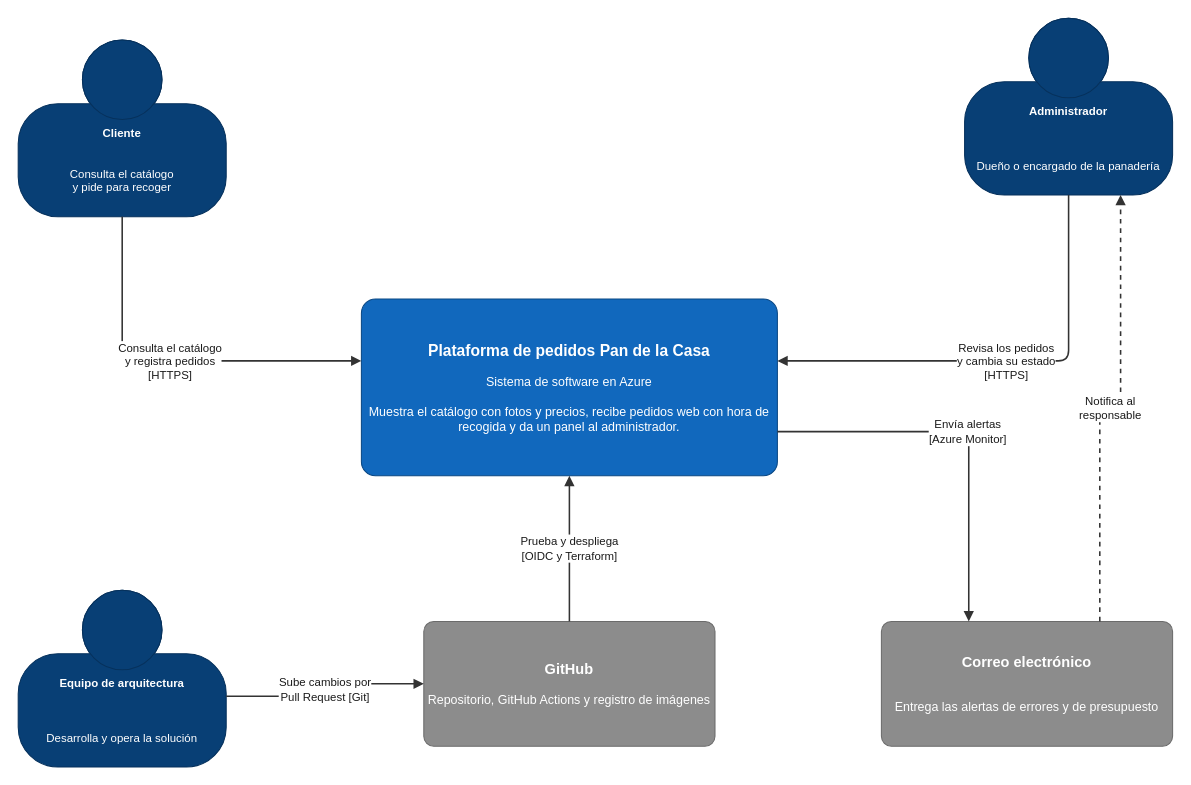
Above: docs/diagramas/contexto.drawio in camilo-axm/pan-de-la-casa-cloud (draw.io), before the change. Source tidied: cells renumbered, new cells numbered last; positions are measured from the earlier drawing's top-left corner, leaving out a move shared by most shapes. Both pictures are drawn from the tidied source at 104%, with x=0, y=0 at pixel (18, 18).
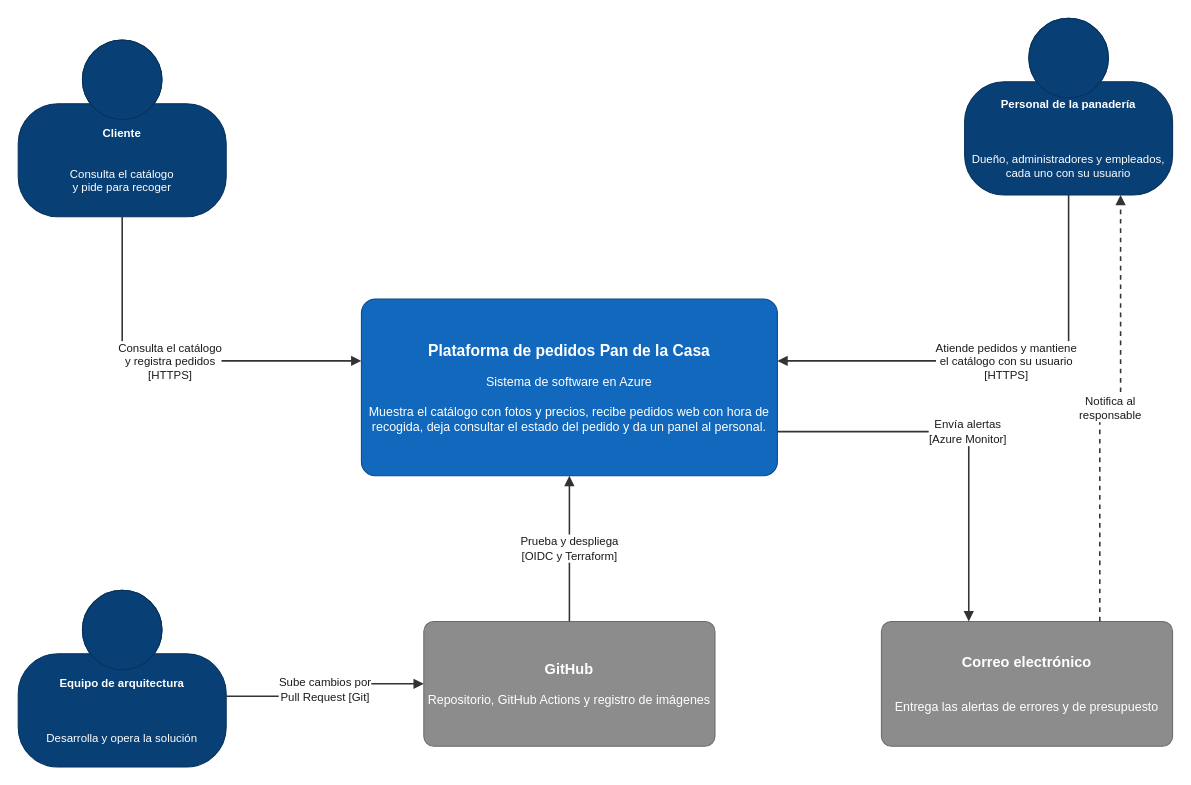
The same page after the edit.

What changed in the source:
```diff
@@
 <mxGraphModel background="#ffffff">
   <root>
     <mxCell id="0" />
     <mxCell id="1" parent="0" />
     <mxCell id="2" value="&lt;b&gt;Cliente&lt;/b&gt;&lt;br&gt;&lt;br&gt;&lt;br&gt;Consulta el catálogo&lt;br&gt;y pide para recoger" style="html=1;fontSize=11;dashed=0;whiteSpace=wrap;fillColor=#083F75;strokeColor=#06315C;fontColor=#ffffff;shape=mxgraph.c4.person2;align=center;fontFamily=Arial;" parent="1" vertex="1">
       <mxGeometry y="21" width="200" height="170" as="geometry" />
     </mxCell>
-    <mxCell id="3" value="&lt;b&gt;Administrador&lt;/b&gt;&lt;br&gt;&#10;&lt;br&gt;&lt;br&gt;Dueño o encargado de la panadería" style="html=1;fontSize=11;dashed=0;whiteSpace=wrap;fillColor=#083F75;strokeColor=#06315C;fontColor=#ffffff;shape=mxgraph.c4.person2;align=center;fontFamily=Arial;" parent="1" vertex="1">
+    <mxCell id="3" value="&lt;b&gt;Personal de la panadería&lt;/b&gt;&lt;br&gt;&#10;&lt;br&gt;&lt;br&gt;Dueño, administradores y empleados, cada uno con su usuario" style="html=1;fontSize=11;dashed=0;whiteSpace=wrap;fillColor=#083F75;strokeColor=#06315C;fontColor=#ffffff;shape=mxgraph.c4.person2;align=center;fontFamily=Arial;" parent="1" vertex="1">
       <mxGeometry x="910" width="200" height="170" as="geometry" />
     </mxCell>
     <mxCell id="4" value="&lt;b&gt;Equipo de arquitectura&lt;/b&gt;&lt;br&gt;&#10;&lt;br&gt;&lt;br&gt;Desarrolla y opera la solución" style="html=1;fontSize=11;dashed=0;whiteSpace=wrap;fillColor=#083F75;strokeColor=#06315C;fontColor=#ffffff;shape=mxgraph.c4.person2;align=center;fontFamily=Arial;" parent="1" vertex="1">
       <mxGeometry y="550" width="200" height="170" as="geometry" />
     </mxCell>
-    <mxCell id="5" value="&lt;b style=&quot;font-size:15px&quot;&gt;Plataforma de pedidos Pan de la Casa&lt;/b&gt;&lt;br&gt;&lt;br&gt;&lt;div&gt;Sistema de software en Azure&lt;br&gt;&lt;br&gt;Muestra el catálogo con fotos y precios, recibe pedidos web con hora de recogida y da un panel al administrador.&lt;/div&gt;" style="rounded=1;arcSize=8;whiteSpace=wrap;html=1;fillColor=#1168BD;strokeColor=#0B4884;fontColor=#ffffff;fontSize=12;fontFamily=Arial;" parent="1" vertex="1">
+    <mxCell id="5" value="&lt;b style=&quot;font-size:15px&quot;&gt;Plataforma de pedidos Pan de la Casa&lt;/b&gt;&lt;br&gt;&lt;br&gt;&lt;div&gt;Sistema de software en Azure&lt;br&gt;&lt;br&gt;Muestra el catálogo con fotos y precios, recibe pedidos web con hora de recogida, deja consultar el estado del pedido y da un panel al personal.&lt;/div&gt;" style="rounded=1;arcSize=8;whiteSpace=wrap;html=1;fillColor=#1168BD;strokeColor=#0B4884;fontColor=#ffffff;fontSize=12;fontFamily=Arial;" parent="1" vertex="1">
       <mxGeometry x="330" y="270" width="400" height="170" as="geometry" />
     </mxCell>
     <mxCell id="6" value="&lt;b style=&quot;font-size:14px&quot;&gt;GitHub&lt;/b&gt;&lt;br&gt;&lt;br&gt;Repositorio, GitHub Actions y registro de imágenes" style="rounded=1;arcSize=8;whiteSpace=wrap;html=1;fillColor=#8C8C8C;strokeColor=#6B6B6B;fontColor=#ffffff;fontSize=12;fontFamily=Arial;" parent="1" vertex="1">
       <mxGeometry x="390" y="580" width="280" height="120" as="geometry" />
     </mxCell>
     <mxCell id="7" value="&lt;b style=&quot;font-size:14px&quot;&gt;Correo electrónico&lt;/b&gt;&lt;br&gt;&lt;br&gt;&lt;br&gt;Entrega las alertas de errores y de presupuesto" style="rounded=1;arcSize=8;whiteSpace=wrap;html=1;fillColor=#8C8C8C;strokeColor=#6B6B6B;fontColor=#ffffff;fontSize=12;fontFamily=Arial;" parent="1" vertex="1">
       <mxGeometry x="830" y="580" width="280" height="120" as="geometry" />
     </mxCell>
     <mxCell id="8" value="Consulta el catálogo&lt;br&gt;y registra pedidos&lt;br&gt;[HTTPS]" style="edgeStyle=orthogonalEdgeStyle;rounded=1;html=1;strokeColor=#333333;strokeWidth=1.5;fontSize=11;fontColor=#1a1a1a;labelBackgroundColor=#ffffff;endArrow=block;endFill=1;fontFamily=Arial;exitX=0.5;exitY=1;exitDx=0;exitDy=0;entryX=0;entryY=0.35;entryDx=0;entryDy=0;" parent="1" edge="1" source="2" target="5">
       <mxGeometry relative="1" as="geometry" />
     </mxCell>
-    <mxCell id="9" value="Revisa los pedidos&lt;br&gt;y cambia su estado&lt;br&gt;[HTTPS]" style="edgeStyle=orthogonalEdgeStyle;rounded=1;html=1;strokeColor=#333333;strokeWidth=1.5;fontSize=11;fontColor=#1a1a1a;labelBackgroundColor=#ffffff;endArrow=block;endFill=1;fontFamily=Arial;exitX=0.5;exitY=1;exitDx=0;exitDy=0;entryX=1;entryY=0.35;entryDx=0;entryDy=0;" parent="1" edge="1" source="3" target="5">
+    <mxCell id="9" value="Atiende pedidos y mantiene&lt;br&gt;el catálogo con su usuario&lt;br&gt;[HTTPS]" style="edgeStyle=orthogonalEdgeStyle;rounded=1;html=1;strokeColor=#333333;strokeWidth=1.5;fontSize=11;fontColor=#1a1a1a;labelBackgroundColor=#ffffff;endArrow=block;endFill=1;fontFamily=Arial;exitX=0.5;exitY=1;exitDx=0;exitDy=0;entryX=1;entryY=0.35;entryDx=0;entryDy=0;" parent="1" edge="1" source="3" target="5">
       <mxGeometry relative="1" as="geometry" />
     </mxCell>
     <mxCell id="10" value="Sube cambios por&lt;br&gt;Pull Request [Git]" style="edgeStyle=orthogonalEdgeStyle;rounded=1;html=1;strokeColor=#333333;strokeWidth=1.5;fontSize=11;fontColor=#1a1a1a;labelBackgroundColor=#ffffff;endArrow=block;endFill=1;fontFamily=Arial;exitX=1;exitY=0.6;exitDx=0;exitDy=0;entryX=0;entryY=0.5;entryDx=0;entryDy=0;" parent="1" edge="1" source="4" target="6">
       <mxGeometry relative="1" as="geometry" />
     </mxCell>
     <mxCell id="11" value="Prueba y despliega&lt;br&gt;[OIDC y Terraform]" style="edgeStyle=orthogonalEdgeStyle;rounded=1;html=1;strokeColor=#333333;strokeWidth=1.5;fontSize=11;fontColor=#1a1a1a;labelBackgroundColor=#ffffff;endArrow=block;endFill=1;fontFamily=Arial;exitX=0.5;exitY=0;exitDx=0;exitDy=0;entryX=0.5;entryY=1;entryDx=0;entryDy=0;" parent="1" edge="1" source="6" target="5">
       <mxGeometry relative="1" as="geometry" />
     </mxCell>
     <mxCell id="12" value="Envía alertas&lt;br&gt;[Azure Monitor]" style="edgeStyle=orthogonalEdgeStyle;rounded=1;html=1;strokeColor=#333333;strokeWidth=1.5;fontSize=11;fontColor=#1a1a1a;labelBackgroundColor=#ffffff;endArrow=block;endFill=1;fontFamily=Arial;exitX=1;exitY=0.75;exitDx=0;exitDy=0;entryX=0.3;entryY=0;entryDx=0;entryDy=0;" parent="1" edge="1" source="5" target="7">
       <mxGeometry relative="1" as="geometry" />
     </mxCell>
     <mxCell id="13" value="Notifica al&lt;br&gt;responsable" style="edgeStyle=orthogonalEdgeStyle;rounded=1;html=1;strokeColor=#333333;strokeWidth=1.5;fontSize=11;fontColor=#1a1a1a;labelBackgroundColor=#ffffff;endArrow=block;endFill=1;fontFamily=Arial;exitX=0.75;exitY=0;exitDx=0;exitDy=0;entryX=0.75;entryY=1;entryDx=0;entryDy=0;dashed=1;" parent="1" edge="1" source="7" target="3">
       <mxGeometry relative="1" as="geometry" />
     </mxCell>
   </root>
 </mxGraphModel>
```
